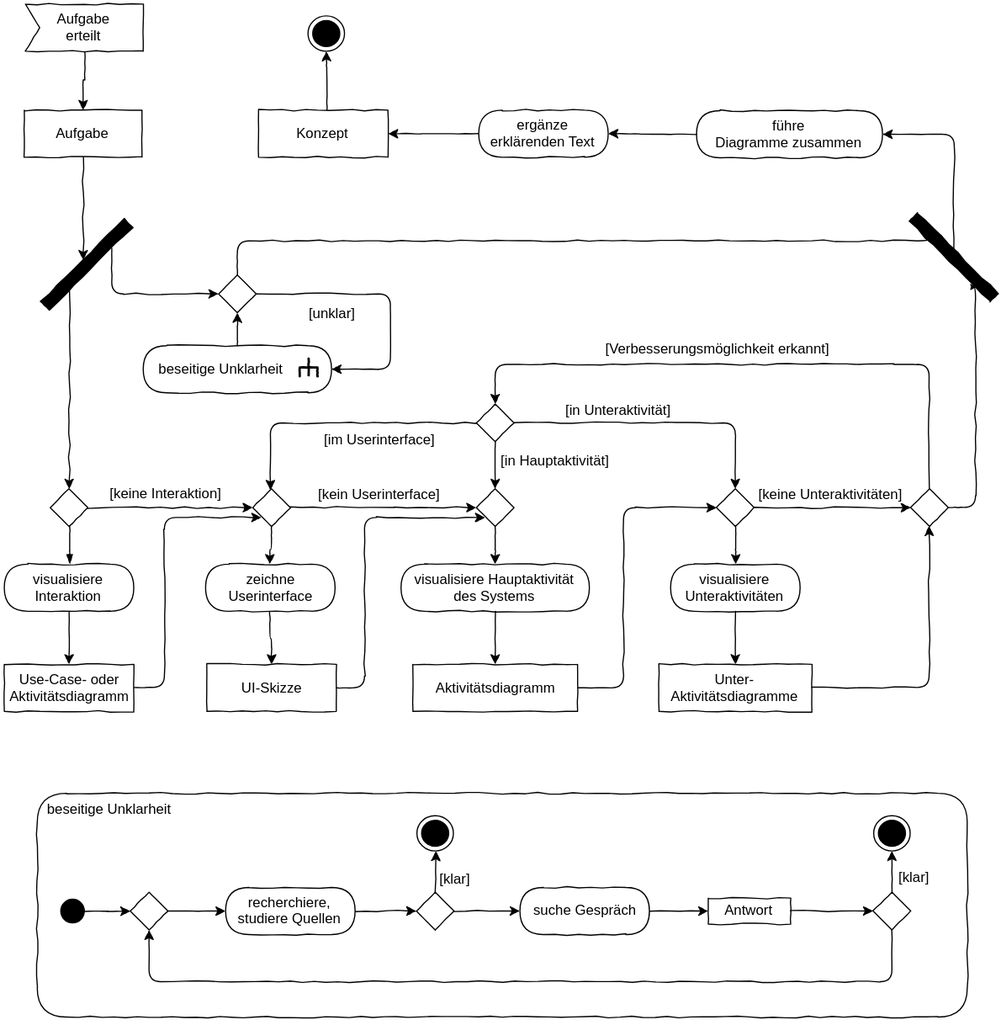
This is X01_Appendix/UML/AD_Konzeption.svg from JirkaDellOro/EIA2-Inverted, a draw.io export, as it was before one commit. Source tidied: cells renumbered, new cells last; positions are measured from the earlier drawing's top-left corner, leaving out a move shared by most shapes.
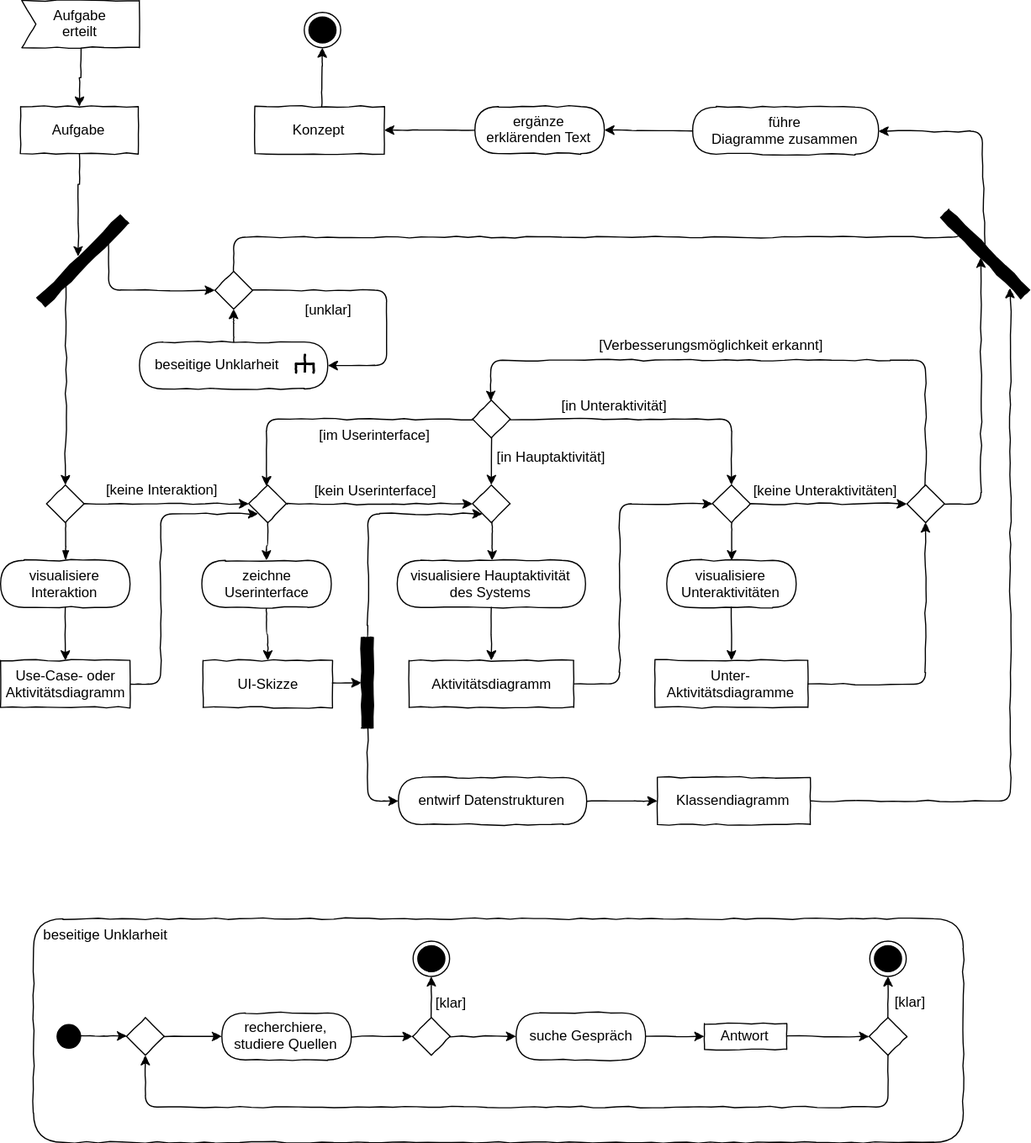
The same file after the commit.

Commit message:
Klassendiagramm in Konzeption, Text zu Aktivitätsdiagramm

Change to the diagram source:
```diff
@@ -3,8 +3,31 @@
     <mxCell id="0" />
     <mxCell id="1" value="Background" parent="0" />
     <mxCell id="2" value="&lt;div style=&quot;text-align: left&quot;&gt;&lt;span&gt;&amp;nbsp; beseitige Unklarheit&lt;/span&gt;&lt;/div&gt;" style="rounded=1;whiteSpace=wrap;html=1;shadow=0;glass=0;comic=1;strokeColor=#000000;labelPosition=center;verticalLabelPosition=middle;align=left;verticalAlign=top;absoluteArcSize=1;arcSize=50;" parent="1" vertex="1">
-      <mxGeometry x="28" y="670" width="790" height="190" as="geometry" />
+      <mxGeometry x="28" y="780" width="790" height="190" as="geometry" />
     </mxCell>
+    <mxCell id="97" style="edgeStyle=elbowEdgeStyle;rounded=1;comic=1;jettySize=auto;html=1;" parent="1" edge="1" source="98" target="100">
+      <mxGeometry relative="1" as="geometry" />
+    </mxCell>
+    <mxCell id="98" value="entwirf Datenstrukturen" style="rounded=1;whiteSpace=wrap;html=1;absoluteArcSize=1;arcSize=50;strokeWidth=1;shadow=0;comic=1;" parent="1" vertex="1">
+      <mxGeometry x="338" y="660" width="160" height="40" as="geometry" />
+    </mxCell>
+    <mxCell id="99" style="edgeStyle=elbowEdgeStyle;rounded=1;comic=1;jettySize=auto;html=1;entryX=0.125;entryY=-0.081;entryDx=0;entryDy=0;entryPerimeter=0;" parent="1" edge="1" source="100" target="54">
+      <mxGeometry relative="1" as="geometry">
+        <Array as="points">
+          <mxPoint x="858" y="460" />
+        </Array>
+      </mxGeometry>
+    </mxCell>
+    <mxCell id="100" value="Klassendiagramm" style="rounded=0;whiteSpace=wrap;html=1;comic=1;shadow=0;fontFamily=Helvetica;fontSize=12;fontColor=#000000;align=center;strokeColor=#000000;strokeWidth=1;fillColor=#ffffff;" parent="1" vertex="1">
+      <mxGeometry x="558" y="660" width="130" height="40" as="geometry" />
+    </mxCell>
+    <mxCell id="101" style="edgeStyle=elbowEdgeStyle;rounded=1;jettySize=auto;html=1;comic=1;" parent="1" edge="1" source="102" target="98">
+      <mxGeometry relative="1" as="geometry">
+        <Array as="points">
+          <mxPoint x="312" y="650" />
+        </Array>
+      </mxGeometry>
+    </mxCell>
     <mxCell id="3" value="Diagramm" parent="0" />
     <mxCell id="4" style="edgeStyle=orthogonalEdgeStyle;rounded=0;html=1;jettySize=auto;comic=1;" parent="3" edge="1" source="5" target="7">
       <mxGeometry relative="1" as="geometry" />
@@ -77,10 +100,10 @@
     <mxCell id="24" value="zeichne&lt;br&gt;Userinterface" style="rounded=1;whiteSpace=wrap;html=1;absoluteArcSize=1;arcSize=50;strokeWidth=1;shadow=0;comic=1;" parent="3" vertex="1">
       <mxGeometry x="171" y="475.5" width="110" height="40" as="geometry" />
     </mxCell>
-    <mxCell id="25" style="edgeStyle=elbowEdgeStyle;rounded=1;comic=1;html=1;startArrow=none;startFill=0;endArrow=classic;endFill=1;jettySize=auto;strokeWidth=1;entryX=0;entryY=1;" parent="3" edge="1" source="26" target="18">
+    <mxCell id="25" style="edgeStyle=elbowEdgeStyle;rounded=1;comic=1;html=1;startArrow=none;startFill=0;endArrow=classic;endFill=1;jettySize=auto;strokeWidth=1;entryX=0;entryY=1;exitX=0;exitY=0.5;exitDx=0;exitDy=0;" parent="3" edge="1" source="102" target="18">
       <mxGeometry relative="1" as="geometry">
         <Array as="points">
-          <mxPoint x="306" y="505.5" />
+          <mxPoint x="312" y="490" />
         </Array>
       </mxGeometry>
     </mxCell>
@@ -112,10 +135,10 @@
     <mxCell id="33" style="edgeStyle=orthogonalEdgeStyle;rounded=1;comic=1;html=1;startArrow=none;startFill=0;endArrow=classic;endFill=1;jettySize=auto;strokeWidth=1;" parent="3" edge="1" source="28" target="36">
       <mxGeometry relative="1" as="geometry" />
     </mxCell>
-    <mxCell id="34" style="edgeStyle=elbowEdgeStyle;rounded=1;comic=1;html=1;exitX=1;exitY=0.5;startArrow=none;startFill=0;endArrow=classic;endFill=1;jettySize=auto;strokeWidth=1;entryX=0.183;entryY=0.04;entryDx=0;entryDy=0;exitDx=0;exitDy=0;entryPerimeter=0;" parent="3" edge="1" source="35" target="54">
+    <mxCell id="34" style="edgeStyle=elbowEdgeStyle;rounded=1;comic=1;html=1;exitX=1;exitY=0.5;startArrow=none;startFill=0;endArrow=classic;endFill=1;jettySize=auto;strokeWidth=1;entryX=0.5;entryY=0;entryDx=0;entryDy=0;exitDx=0;exitDy=0;" parent="3" edge="1" source="35" target="54">
       <mxGeometry relative="1" as="geometry">
         <Array as="points">
-          <mxPoint x="825" y="320" />
+          <mxPoint x="833" y="320" />
         </Array>
       </mxGeometry>
     </mxCell>
@@ -205,12 +228,12 @@
     <mxCell id="53" style="edgeStyle=elbowEdgeStyle;rounded=1;comic=1;html=1;startArrow=none;startFill=0;endArrow=classic;endFill=1;jettySize=auto;strokeWidth=1;" parent="3" edge="1" source="54" target="56">
       <mxGeometry relative="1" as="geometry">
         <Array as="points">
-          <mxPoint x="807" y="131" />
+          <mxPoint x="834" y="111" />
         </Array>
       </mxGeometry>
     </mxCell>
     <mxCell id="54" style="rounded=0;whiteSpace=wrap;html=1;shadow=0;comic=1;strokeWidth=1;fillColor=#000000;rotation=-135;" parent="3" vertex="1">
-      <mxGeometry x="758" y="210" width="97" height="10" as="geometry" />
+      <mxGeometry x="788" y="210" width="97" height="10" as="geometry" />
     </mxCell>
     <mxCell id="55" style="edgeStyle=elbowEdgeStyle;rounded=1;comic=1;html=1;startArrow=none;startFill=0;endArrow=classic;endFill=1;jettySize=auto;strokeWidth=1;" parent="3" edge="1" source="95" target="58">
       <mxGeometry relative="1" as="geometry" />
@@ -224,12 +247,12 @@
     <mxCell id="58" value="Konzept" style="rounded=0;whiteSpace=wrap;html=1;comic=1;shadow=0;fontFamily=Helvetica;fontSize=12;fontColor=#000000;align=center;strokeColor=#000000;strokeWidth=1;fillColor=#ffffff;" parent="3" vertex="1">
       <mxGeometry x="216" y="90" width="110" height="40" as="geometry" />
     </mxCell>
-    <mxCell id="59" style="edgeStyle=elbowEdgeStyle;rounded=1;comic=1;html=1;startArrow=none;startFill=0;endArrow=classic;endFill=1;jettySize=auto;strokeWidth=1;" parent="3" edge="1" target="x">
+    <mxCell id="59" style="edgeStyle=elbowEdgeStyle;rounded=1;comic=1;html=1;startArrow=none;startFill=0;endArrow=classic;endFill=1;jettySize=auto;orthogonalLoop=1;strokeWidth=1;" parent="3" edge="1">
       <mxGeometry relative="1" as="geometry">
         <mxPoint x="336" y="572.5" as="sourcePoint" />
       </mxGeometry>
     </mxCell>
-    <mxCell id="60" style="edgeStyle=elbowEdgeStyle;rounded=1;comic=1;html=1;startArrow=none;startFill=0;endArrow=classic;endFill=1;jettySize=auto;strokeWidth=1;" parent="3" edge="1" target="x">
+    <mxCell id="60" style="edgeStyle=elbowEdgeStyle;rounded=1;comic=1;html=1;startArrow=none;startFill=0;endArrow=classic;endFill=1;jettySize=auto;orthogonalLoop=1;strokeWidth=1;" parent="3" edge="1">
       <mxGeometry relative="1" as="geometry">
         <mxPoint x="166" y="572.5" as="sourcePoint" />
       </mxGeometry>
@@ -241,13 +264,13 @@
       <mxGeometry relative="1" as="geometry" />
     </mxCell>
     <mxCell id="63" style="ellipse;whiteSpace=wrap;html=1;rounded=0;shadow=0;comic=0;labelBackgroundColor=none;strokeColor=#000000;strokeWidth=1;fillColor=#000000;fontFamily=Verdana;fontSize=12;fontColor=#000000;align=center;comic=1;" parent="3" vertex="1">
-      <mxGeometry x="48" y="760" width="20" height="20" as="geometry" />
+      <mxGeometry x="48" y="870" width="20" height="20" as="geometry" />
     </mxCell>
     <mxCell id="64" style="rounded=0;comic=1;html=1;jettySize=auto;" parent="3" edge="1" source="65" target="68">
       <mxGeometry relative="1" as="geometry" />
     </mxCell>
     <mxCell id="65" value="recherchiere, studiere Quellen" style="rounded=1;whiteSpace=wrap;html=1;absoluteArcSize=1;arcSize=50;strokeWidth=1;shadow=0;comic=1;" parent="3" vertex="1">
-      <mxGeometry x="188" y="750" width="110" height="40" as="geometry" />
+      <mxGeometry x="188" y="860" width="110" height="40" as="geometry" />
     </mxCell>
     <mxCell id="66" style="rounded=0;comic=1;html=1;jettySize=auto;verticalAlign=top;labelPosition=center;verticalLabelPosition=bottom;align=center;" parent="3" edge="1" source="68" target="69">
       <mxGeometry relative="1" as="geometry" />
@@ -258,25 +281,15 @@
       </mxGeometry>
     </mxCell>
     <mxCell id="68" style="rhombus;whiteSpace=wrap;html=1;rounded=0;shadow=0;glass=0;comic=1;strokeColor=#000000;align=left;" parent="3" vertex="1">
-      <mxGeometry x="350" y="754" width="32" height="32" as="geometry" />
+      <mxGeometry x="350" y="864" width="32" height="32" as="geometry" />
     </mxCell>
     <mxCell id="69" style="ellipse;html=1;shape=endState;fillColor=#000000;strokeColor=#000000;comic=1;" parent="3" vertex="1">
-      <mxGeometry x="350.5" y="689" width="31" height="30" as="geometry" />
+      <mxGeometry x="350.5" y="799" width="31" height="30" as="geometry" />
     </mxCell>
     <mxCell id="70" style="rounded=0;html=1;jettySize=auto;comic=1;" parent="3" edge="1" source="68" target="76">
       <mxGeometry relative="1" as="geometry" />
     </mxCell>
-    <mxCell id="71" style="edgeStyle=orthogonalEdgeStyle;rounded=0;comic=1;html=1;jettySize=auto;" parent="3" edge="1" target="x">
-      <mxGeometry relative="1" as="geometry">
-        <mxPoint x="123" y="830" as="sourcePoint" />
-      </mxGeometry>
-    </mxCell>
-    <mxCell id="72" style="edgeStyle=orthogonalEdgeStyle;rounded=0;comic=1;html=1;jettySize=auto;" parent="3" edge="1" target="x">
-      <mxGeometry relative="1" as="geometry">
-        <mxPoint x="123" y="885" as="sourcePoint" />
-      </mxGeometry>
-    </mxCell>
-    <mxCell id="73" style="edgeStyle=orthogonalEdgeStyle;rounded=0;comic=1;html=1;jettySize=auto;" parent="3" edge="1" target="x">
+    <mxCell id="73" style="edgeStyle=orthogonalEdgeStyle;rounded=0;comic=1;html=1;jettySize=auto;orthogonalLoop=1;" parent="3" edge="1">
       <mxGeometry relative="1" as="geometry">
         <mxPoint x="139" y="930" as="sourcePoint" />
       </mxGeometry>
@@ -290,10 +303,10 @@
       <mxGeometry relative="1" as="geometry" />
     </mxCell>
     <mxCell id="76" value="suche Gespräch" style="rounded=1;whiteSpace=wrap;html=1;absoluteArcSize=1;arcSize=50;strokeWidth=1;shadow=0;comic=1;" parent="3" vertex="1">
-      <mxGeometry x="438" y="750" width="110" height="40" as="geometry" />
+      <mxGeometry x="438" y="860" width="110" height="40" as="geometry" />
     </mxCell>
     <mxCell id="77" value="&lt;div style=&quot;text-align: left&quot;&gt;Antwort&lt;/div&gt;" style="rounded=0;whiteSpace=wrap;html=1;comic=1;" parent="3" vertex="1">
-      <mxGeometry x="598" y="759" width="70" height="22" as="geometry" />
+      <mxGeometry x="598" y="869" width="70" height="22" as="geometry" />
     </mxCell>
     <mxCell id="78" style="rounded=0;comic=1;html=1;jettySize=auto;" parent="3" edge="1" source="77" target="82">
       <mxGeometry relative="1" as="geometry" />
@@ -309,19 +322,19 @@
     <mxCell id="81" style="edgeStyle=elbowEdgeStyle;rounded=1;comic=1;html=1;jettySize=auto;" parent="3" edge="1" source="82" target="84">
       <mxGeometry relative="1" as="geometry">
         <Array as="points">
-          <mxPoint x="358" y="830" />
-          <mxPoint x="28" y="1010" />
+          <mxPoint x="358" y="940" />
+          <mxPoint x="28" y="1120" />
         </Array>
       </mxGeometry>
     </mxCell>
     <mxCell id="82" style="rhombus;whiteSpace=wrap;html=1;rounded=0;shadow=0;glass=0;comic=1;strokeColor=#000000;align=left;" parent="3" vertex="1">
-      <mxGeometry x="738" y="754" width="32" height="32" as="geometry" />
+      <mxGeometry x="738" y="864" width="32" height="32" as="geometry" />
     </mxCell>
     <mxCell id="83" style="ellipse;html=1;shape=endState;fillColor=#000000;strokeColor=#000000;comic=1;" parent="3" vertex="1">
-      <mxGeometry x="738.5" y="689" width="31" height="30" as="geometry" />
+      <mxGeometry x="738.5" y="799" width="31" height="30" as="geometry" />
     </mxCell>
     <mxCell id="84" style="rhombus;whiteSpace=wrap;html=1;rounded=0;shadow=0;glass=0;comic=1;strokeColor=#000000;align=left;" parent="3" vertex="1">
-      <mxGeometry x="107" y="754" width="32" height="32" as="geometry" />
+      <mxGeometry x="107" y="864" width="32" height="32" as="geometry" />
     </mxCell>
     <mxCell id="85" style="edgeStyle=orthogonalEdgeStyle;rounded=0;html=1;jettySize=auto;comic=1;" parent="3" edge="1" source="63" target="84">
       <mxGeometry relative="1" as="geometry" />
@@ -371,5 +384,11 @@
     <mxCell id="96" style="edgeStyle=elbowEdgeStyle;rounded=1;comic=1;html=1;startArrow=none;startFill=0;endArrow=classic;endFill=1;jettySize=auto;strokeWidth=1;" parent="3" edge="1" source="56" target="95">
       <mxGeometry relative="1" as="geometry" />
     </mxCell>
+    <mxCell id="102" style="rounded=0;whiteSpace=wrap;html=1;shadow=0;comic=1;strokeWidth=1;fillColor=#000000;rotation=90;" parent="3" vertex="1">
+      <mxGeometry x="273" y="574.5" width="77" height="10" as="geometry" />
+    </mxCell>
+    <mxCell id="103" style="rounded=1;comic=1;html=1;startArrow=none;startFill=0;endArrow=classic;endFill=1;jettySize=auto;strokeWidth=1;entryX=0.5;entryY=1;entryDx=0;entryDy=0;" parent="3" edge="1" source="26" target="102">
+      <mxGeometry relative="1" as="geometry" />
+    </mxCell>
   </root>
 </mxGraphModel>
```
